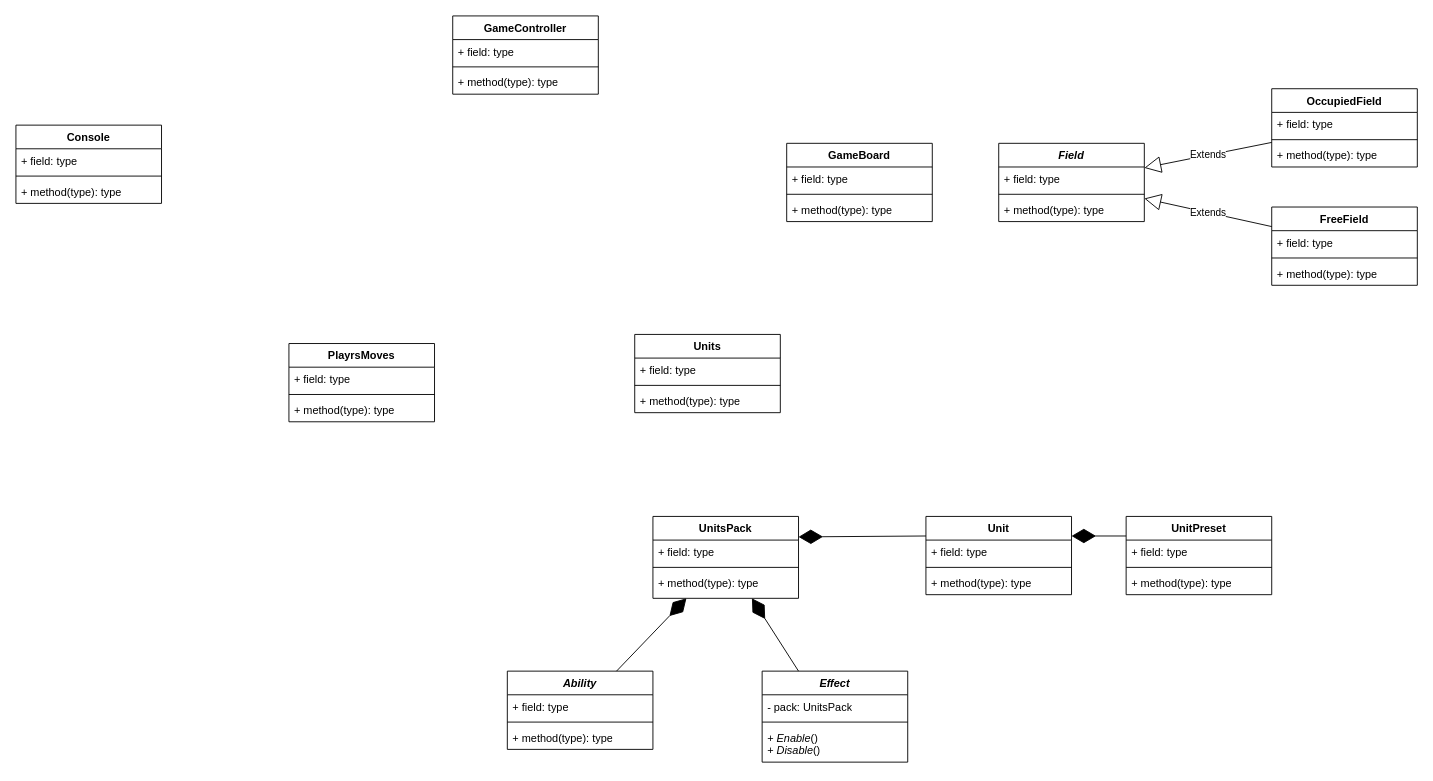
This is Started classes uml diagrams.drawio from Reelap13/Battle-from-Heroes, a draw.io file, before an edit. Source tidied: cells renumbered, new cells numbered last; positions are measured from the earlier drawing's top-left corner, leaving out a move shared by most shapes. Both pictures are drawn from the tidied source at 91%, with x=0, y=0 at pixel (15, 15).
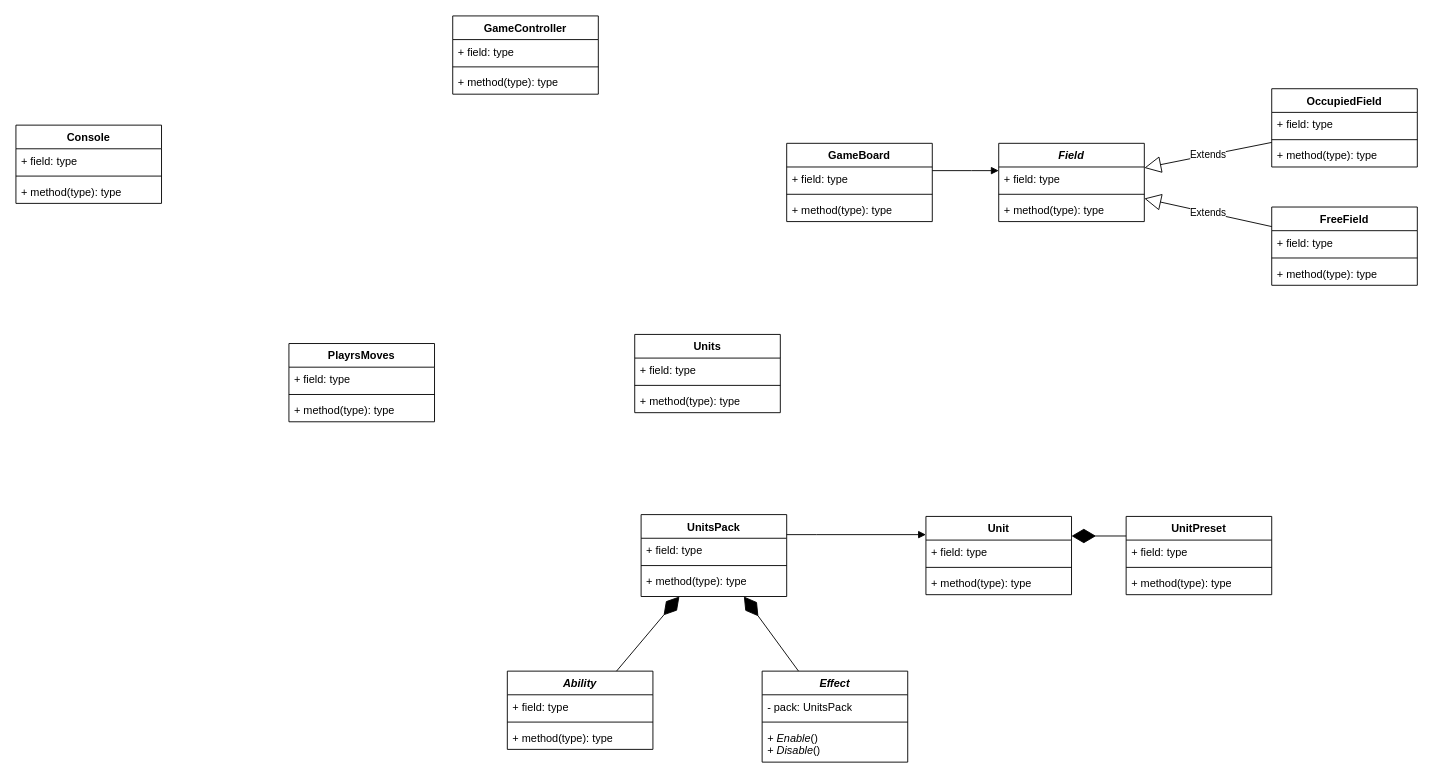
Above is the later version.

The change refers to these unchanged cells:
```xml
<mxCell id="6" value="GameBoard&lt;br&gt;" style="swimlane;fontStyle=1;align=center;verticalAlign=top;horizontal=1;startSize=26;whiteSpace=wrap;html=1;" parent="1" vertex="1">
  <mxGeometry x="847" y="140" width="160" height="86" as="geometry" />
</mxCell>
<mxCell id="35" value="Unit" style="swimlane;fontStyle=1;align=center;verticalAlign=top;horizontal=1;startSize=26;whiteSpace=wrap;html=1;" parent="1" vertex="1">
  <mxGeometry x="1000" y="550" width="160" height="86" as="geometry" />
</mxCell>
<mxCell id="41" value="&lt;i&gt;Field&lt;/i&gt;" style="swimlane;fontStyle=1;align=center;verticalAlign=top;horizontal=1;startSize=26;whiteSpace=wrap;html=1;" parent="1" vertex="1">
  <mxGeometry x="1080" y="140" width="160" height="86" as="geometry" />
</mxCell>
```

Change to the diagram source:
```diff
@@
     <mxCell id="22" value="UnitsPack" style="swimlane;fontStyle=1;align=center;verticalAlign=top;horizontal=1;startSize=26;whiteSpace=wrap;html=1;" parent="1" vertex="1">
-      <mxGeometry x="700" y="550" width="160" height="90" as="geometry" />
+      <mxGeometry x="687" y="548" width="160" height="90" as="geometry" />
     </mxCell>
@@
-    <mxCell id="40" style="endArrow=diamondThin;endFill=1;endSize=24;html=1;rounded=0;exitX=0;exitY=0.25;exitDx=0;exitDy=0;entryX=1;entryY=0.25;entryDx=0;entryDy=0;" parent="1" edge="1" source="35" target="22">
-      <mxGeometry relative="1" as="geometry" />
-    </mxCell>
@@
+    <mxCell id="60" style="html=1;verticalAlign=bottom;endArrow=block;edgeStyle=elbowEdgeStyle;elbow=vertical;curved=0;rounded=0;" parent="1" edge="1">
+      <mxGeometry relative="1" as="geometry">
+        <mxPoint x="847" y="570" as="sourcePoint" />
+        <mxPoint x="1000" y="570" as="targetPoint" />
+        <Array as="points">
+          <mxPoint x="880" y="570" />
+        </Array>
+      </mxGeometry>
+    </mxCell>
+    <mxCell id="61" style="html=1;verticalAlign=bottom;endArrow=block;edgeStyle=elbowEdgeStyle;elbow=vertical;curved=0;rounded=0;" parent="1" edge="1" source="6" target="41">
+      <mxGeometry relative="1" as="geometry">
+        <Array as="points">
+          <mxPoint x="1050" y="170" />
+        </Array>
+      </mxGeometry>
+    </mxCell>
```
